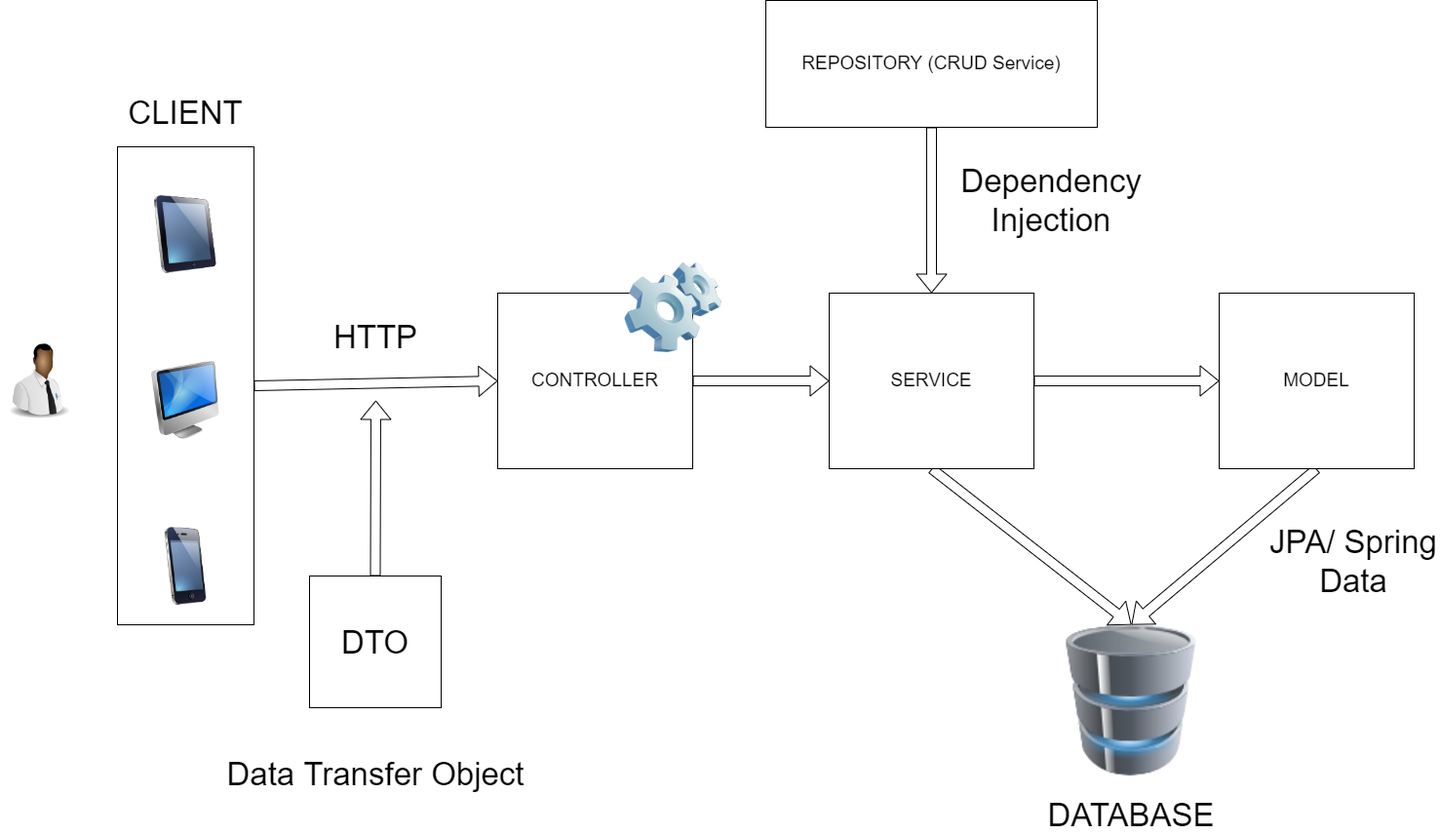
Above: arch.drawio.png in jotape-exe/simple-api-spring-boot (draw.io), before the change. Source tidied: cells renumbered, new cells last; positions are measured from the earlier drawing's top-left corner, leaving out a move shared by most shapes.
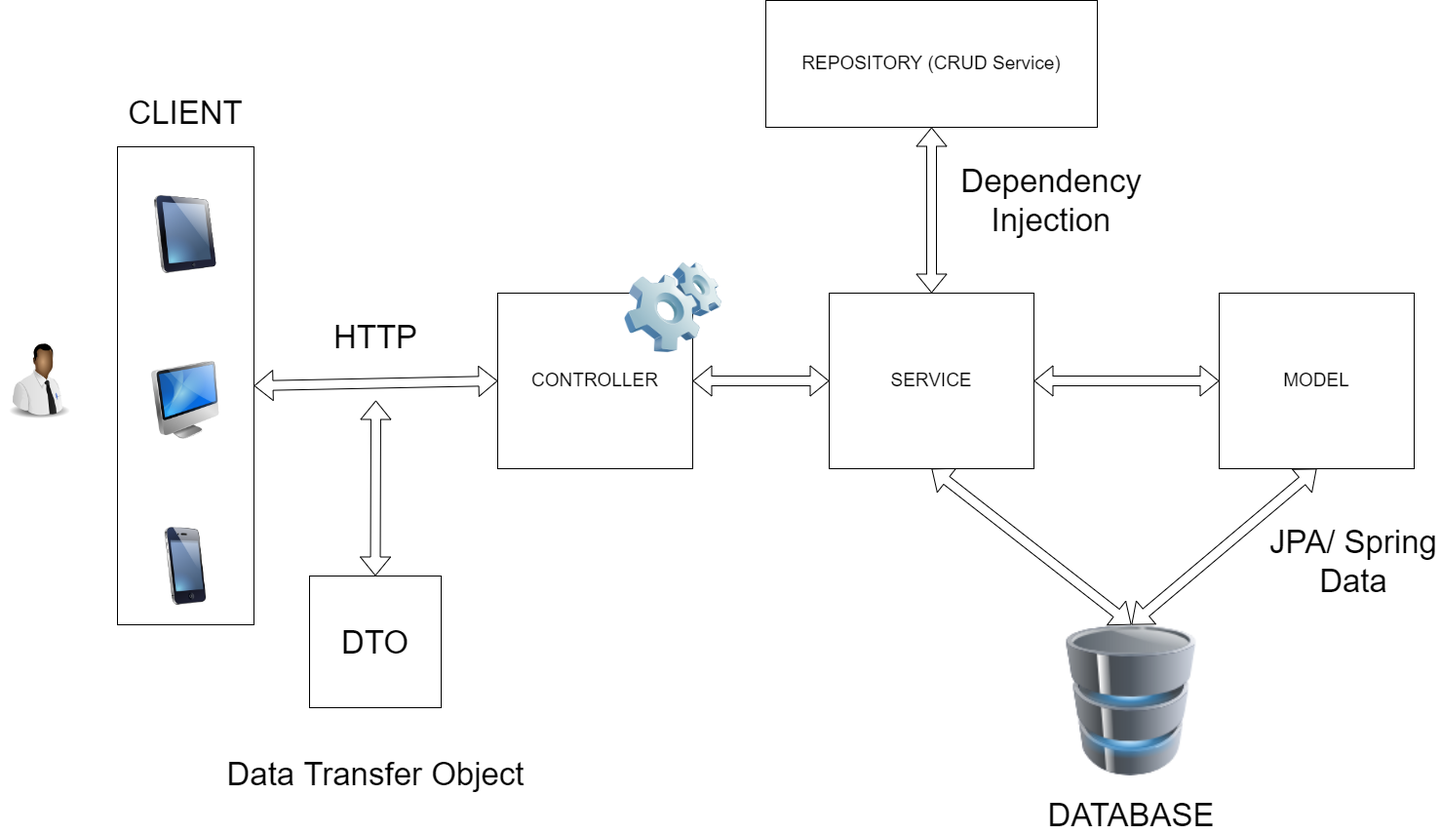
Later version of the same file.

Commit message:
Spring Boot Architecture

Change to the diagram source:
```diff
@@ -2,22 +2,22 @@
   <root>
     <mxCell id="0" />
     <mxCell id="1" parent="0" />
-    <mxCell id="2" style="edgeStyle=none;html=1;exitX=1;exitY=0.5;exitDx=0;exitDy=0;entryX=0;entryY=0.5;entryDx=0;entryDy=0;fontSize=33;shape=flexArrow;fontColor=#000000;" parent="1" edge="1" source="4" target="8">
+    <mxCell id="2" style="edgeStyle=none;html=1;exitX=1;exitY=0.5;exitDx=0;exitDy=0;entryX=0;entryY=0.5;entryDx=0;entryDy=0;fontSize=33;shape=flexArrow;fontColor=#000000;strokeColor=#000000;startArrow=block;" parent="1" edge="1" source="4" target="8">
       <mxGeometry relative="1" as="geometry" />
     </mxCell>
-    <mxCell id="3" style="edgeStyle=none;html=1;exitX=0.5;exitY=1;exitDx=0;exitDy=0;entryX=0.5;entryY=0;entryDx=0;entryDy=0;fontSize=33;shape=flexArrow;fontColor=#000000;" parent="1" edge="1" source="4" target="9">
+    <mxCell id="3" style="edgeStyle=none;html=1;exitX=0.5;exitY=1;exitDx=0;exitDy=0;entryX=0.5;entryY=0;entryDx=0;entryDy=0;fontSize=33;shape=flexArrow;fontColor=#000000;strokeColor=#000000;startArrow=block;" parent="1" edge="1" source="4" target="9">
       <mxGeometry relative="1" as="geometry" />
     </mxCell>
     <mxCell id="4" value="&lt;font style=&quot;font-size: 19px;&quot;&gt;SERVICE&lt;/font&gt;" style="rounded=0;whiteSpace=wrap;html=1;" parent="1" vertex="1">
       <mxGeometry x="850" y="300" width="210" height="180" as="geometry" />
     </mxCell>
-    <mxCell id="5" style="edgeStyle=none;html=1;exitX=1;exitY=0.5;exitDx=0;exitDy=0;entryX=0;entryY=0.5;entryDx=0;entryDy=0;fontSize=33;shape=flexArrow;fontColor=#000000;" parent="1" edge="1" source="6" target="4">
+    <mxCell id="5" style="edgeStyle=none;html=1;exitX=1;exitY=0.5;exitDx=0;exitDy=0;entryX=0;entryY=0.5;entryDx=0;entryDy=0;fontSize=33;shape=flexArrow;fontColor=#000000;strokeColor=#000000;startArrow=block;" parent="1" edge="1" source="6" target="4">
       <mxGeometry relative="1" as="geometry" />
     </mxCell>
     <mxCell id="6" value="&lt;font style=&quot;font-size: 19px;&quot;&gt;CONTROLLER&lt;/font&gt;" style="rounded=0;whiteSpace=wrap;html=1;" parent="1" vertex="1">
       <mxGeometry x="510" y="300" width="200" height="180" as="geometry" />
     </mxCell>
-    <mxCell id="7" style="edgeStyle=none;html=1;exitX=0.5;exitY=1;exitDx=0;exitDy=0;entryX=0.5;entryY=0;entryDx=0;entryDy=0;fontSize=33;shape=flexArrow;fontColor=#000000;" parent="1" edge="1" source="8" target="9">
+    <mxCell id="7" style="edgeStyle=none;html=1;exitX=0.5;exitY=1;exitDx=0;exitDy=0;entryX=0.5;entryY=0;entryDx=0;entryDy=0;fontSize=33;shape=flexArrow;fontColor=#000000;strokeColor=#000000;rounded=1;startArrow=block;" parent="1" edge="1" source="8" target="9">
       <mxGeometry relative="1" as="geometry" />
     </mxCell>
     <mxCell id="8" value="&lt;font style=&quot;font-size: 19px;&quot;&gt;MODEL&lt;/font&gt;" style="rounded=0;whiteSpace=wrap;html=1;" parent="1" vertex="1">
@@ -26,13 +26,13 @@
     <mxCell id="9" style="image;html=1;image=img/lib/clip_art/computers/Database_128x128.png;" parent="1" vertex="1">
       <mxGeometry x="1080" y="640" width="160" height="155" as="geometry" />
     </mxCell>
-    <mxCell id="10" style="edgeStyle=none;html=1;exitX=0.5;exitY=1;exitDx=0;exitDy=0;entryX=0.5;entryY=0;entryDx=0;entryDy=0;fontSize=19;shape=flexArrow;" parent="1" edge="1" source="11" target="4">
+    <mxCell id="10" style="edgeStyle=none;html=1;exitX=0.5;exitY=1;exitDx=0;exitDy=0;entryX=0.5;entryY=0;entryDx=0;entryDy=0;fontSize=19;shape=flexArrow;strokeColor=#000000;startArrow=block;" parent="1" edge="1" source="11" target="4">
       <mxGeometry relative="1" as="geometry" />
     </mxCell>
     <mxCell id="11" value="&lt;font style=&quot;font-size: 19px;&quot;&gt;REPOSITORY (CRUD Service)&lt;/font&gt;" style="rounded=0;whiteSpace=wrap;html=1;" parent="1" vertex="1">
       <mxGeometry x="785" width="340" height="130" as="geometry" />
     </mxCell>
-    <mxCell id="12" style="edgeStyle=none;html=1;exitX=1;exitY=0.5;exitDx=0;exitDy=0;entryX=0;entryY=0.5;entryDx=0;entryDy=0;fontSize=33;fontColor=#000000;shape=flexArrow;" parent="1" edge="1" source="13" target="6">
+    <mxCell id="12" style="edgeStyle=none;html=1;exitX=1;exitY=0.5;exitDx=0;exitDy=0;entryX=0;entryY=0.5;entryDx=0;entryDy=0;fontSize=33;fontColor=#000000;shape=flexArrow;strokeColor=#000000;startArrow=block;" parent="1" edge="1" source="13" target="6">
       <mxGeometry relative="1" as="geometry" />
     </mxCell>
     <mxCell id="13" style="rounded=0;whiteSpace=wrap;html=1;" parent="1" vertex="1">
@@ -47,7 +47,7 @@
     <mxCell id="16" value="CLIENT" style="text;html=1;align=center;verticalAlign=middle;whiteSpace=wrap;rounded=0;fontSize=33;fontColor=#000000;" parent="1" vertex="1">
       <mxGeometry x="130" y="100" width="120" height="30" as="geometry" />
     </mxCell>
-    <mxCell id="17" style="edgeStyle=none;html=1;exitX=0.5;exitY=0;exitDx=0;exitDy=0;fontSize=33;fontColor=#000000;shape=flexArrow;" parent="1" edge="1" source="18">
+    <mxCell id="17" style="edgeStyle=none;html=1;exitX=0.5;exitY=0;exitDx=0;exitDy=0;fontSize=33;fontColor=#000000;shape=flexArrow;fillColor=none;strokeColor=#000000;startArrow=block;" parent="1" edge="1" source="18">
       <mxGeometry relative="1" as="geometry">
         <mxPoint x="385" y="410" as="targetPoint" />
       </mxGeometry>
```
